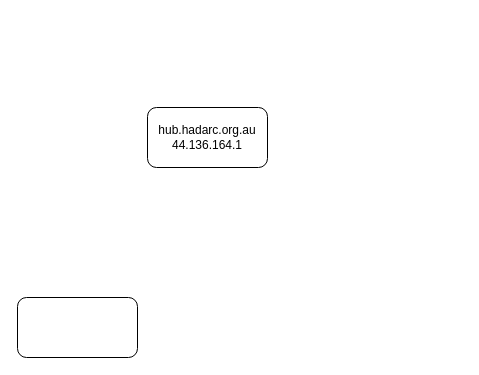
userthx1138/reticulum keeps this draw.io diagram as docs/HADARC Wireguard.drawio. Above is the earlier version. Source tidied: cells renumbered, new cells numbered last; positions are measured from the earlier drawing's top-left corner, leaving out a move shared by most shapes. Both pictures are drawn from the tidied source at 100%, with x=0, y=0 at pixel (17, 107).
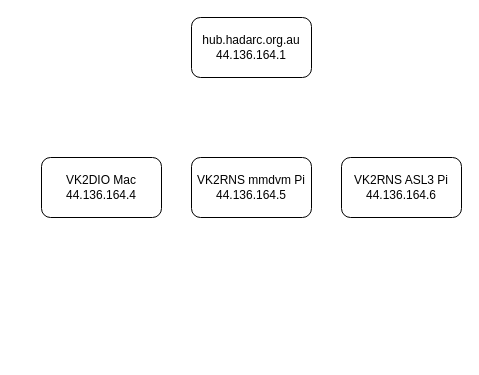
The same page after the edit.

What changed in the source:
```diff
@@
 <mxGraphModel>
   <root>
     <mxCell id="0" />
     <mxCell id="1" parent="0" />
     <mxCell id="2" value="hub.hadarc.org.au&lt;div&gt;44.136.164.1&lt;/div&gt;" style="rounded=1;whiteSpace=wrap;html=1;" parent="1" vertex="1">
-      <mxGeometry x="130" width="120" height="60" as="geometry" />
+      <mxGeometry x="174" y="-90" width="120" height="60" as="geometry" />
     </mxCell>
-    <mxCell id="3" style="rounded=1;whiteSpace=wrap;html=1;" parent="1" vertex="1">
-      <mxGeometry y="190" width="120" height="60" as="geometry" />
+    <mxCell id="3" value="VK2DIO Mac&lt;div&gt;44.136.164.4&lt;/div&gt;" style="rounded=1;whiteSpace=wrap;html=1;" parent="1" vertex="1">
+      <mxGeometry x="24" y="50" width="120" height="60" as="geometry" />
     </mxCell>
+    <mxCell id="4" value="&lt;div&gt;VK2RNS ASL3 Pi 44.136.164.6&lt;/div&gt;" style="rounded=1;whiteSpace=wrap;html=1;" parent="1" vertex="1">
+      <mxGeometry x="324" y="50" width="120" height="60" as="geometry" />
+    </mxCell>
+    <mxCell id="5" value="&lt;div&gt;VK2RNS mmdvm Pi 44.136.164.5&lt;/div&gt;" style="rounded=1;whiteSpace=wrap;html=1;" parent="1" vertex="1">
+      <mxGeometry x="174" y="50" width="120" height="60" as="geometry" />
+    </mxCell>
   </root>
 </mxGraphModel>
```
